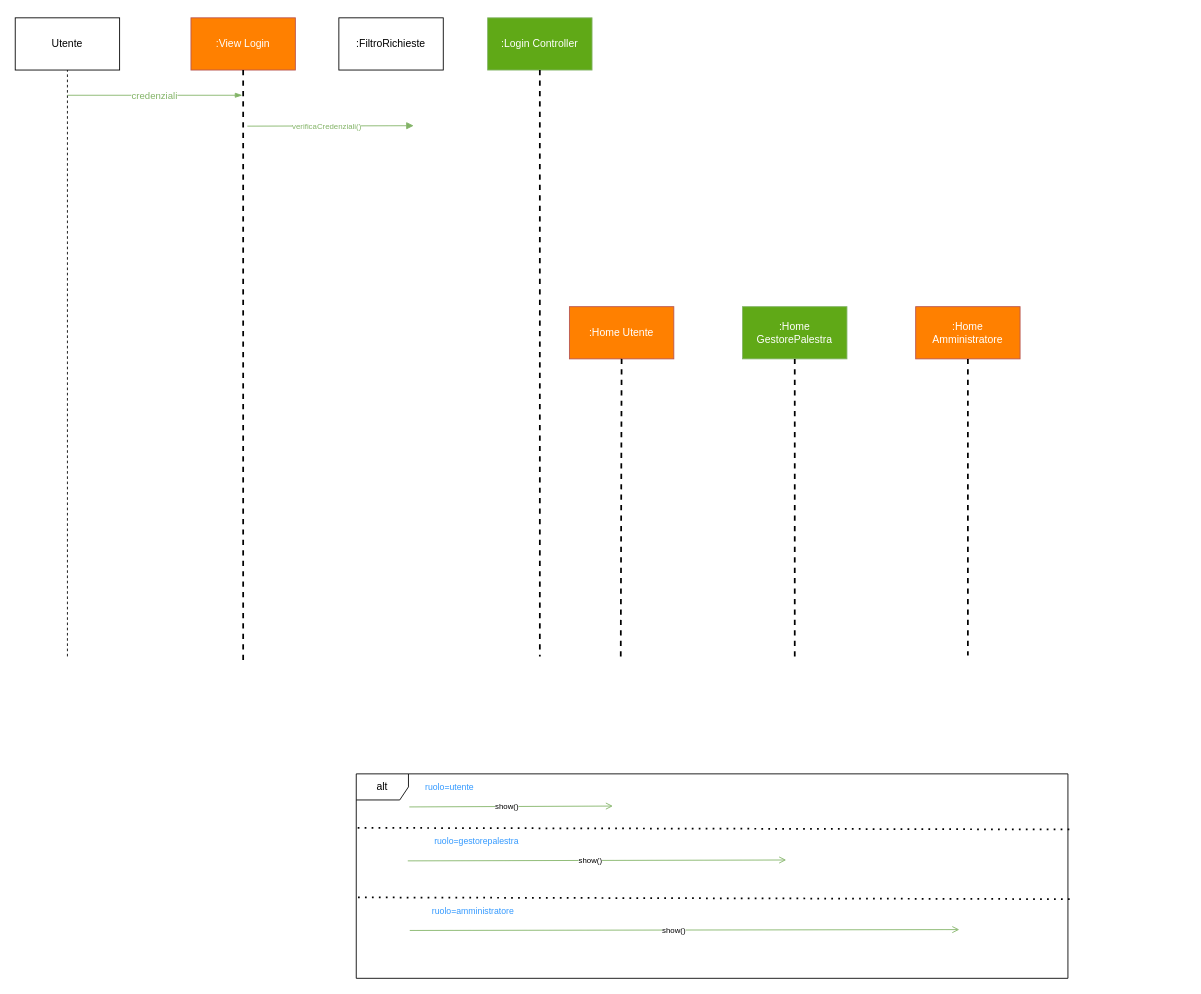
This is Diagrammi_Sequenza/Login.drawio from JosephBoom02/Progetto_Ingegneria_del_Software, a draw.io file, before an edit. Source tidied: cells renumbered, new cells numbered last; positions are measured from the earlier drawing's top-left corner, leaving out a move shared by most shapes. Both pictures are drawn from the tidied source at 87%, with x=0, y=0 at pixel (15, 17).
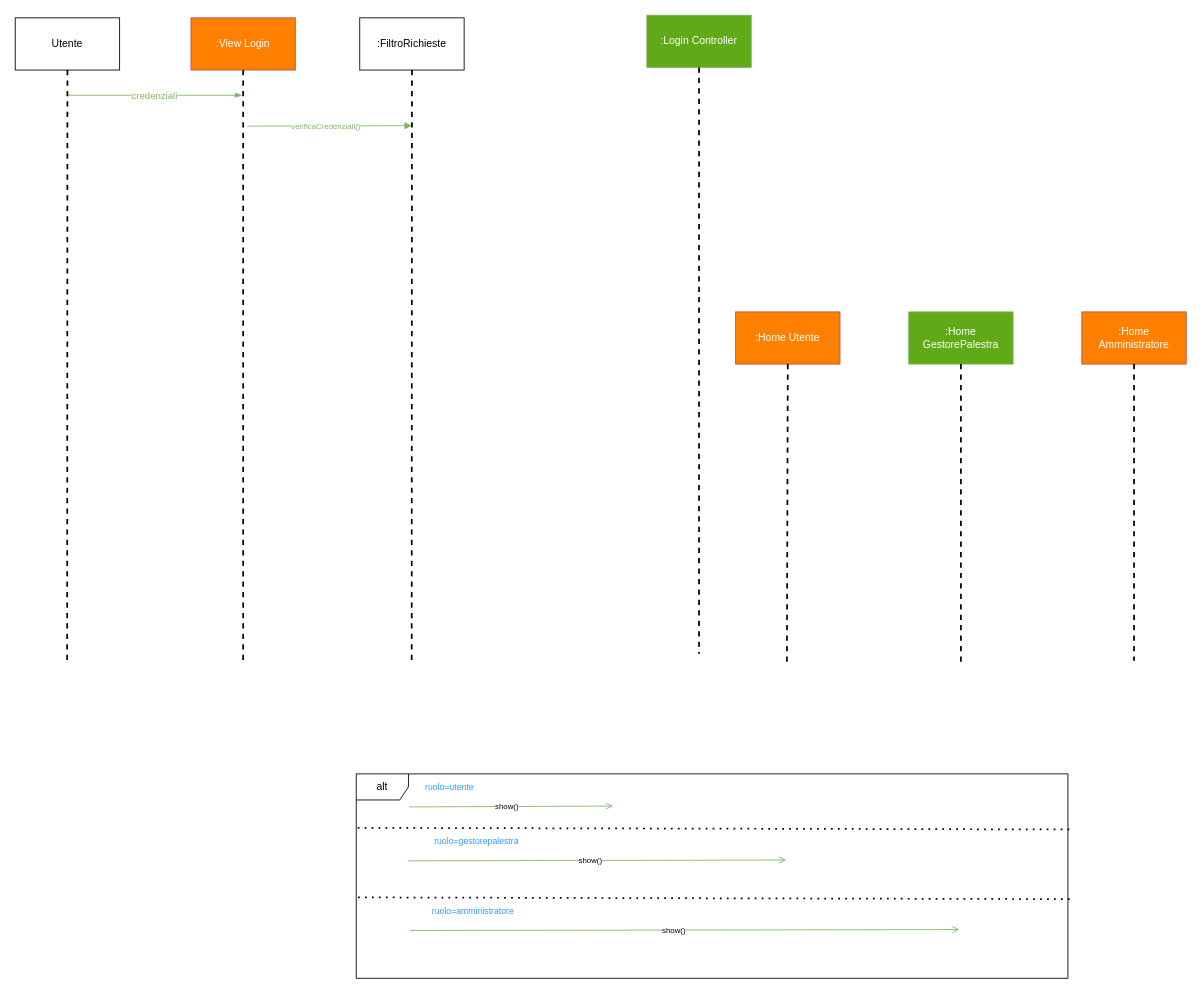
The same page after the edit.

The change refers to these unchanged cells:
```xml
<mxCell id="26" value="&lt;div&gt;Utente&lt;/div&gt;" style="rounded=0;whiteSpace=wrap;html=1;" parent="1" vertex="1">
  <mxGeometry width="120" height="60" as="geometry" />
</mxCell>
```

What changed in the source:
```diff
@@
     <mxCell id="3" value="&lt;font color=&quot;#ffffff&quot;&gt;:Login Controller&lt;/font&gt;" style="rounded=0;whiteSpace=wrap;html=1;fillColor=#60A917;strokeColor=#82b366;" parent="1" vertex="1">
-      <mxGeometry x="543" width="120" height="60" as="geometry" />
+      <mxGeometry x="726" y="-3" width="120" height="60" as="geometry" />
     </mxCell>
@@
     <mxCell id="5" style="endArrow=none;dashed=1;html=1;strokeWidth=2;rounded=0;" parent="1" edge="1" source="3">
       <mxGeometry relative="1" as="geometry">
-        <mxPoint x="603" y="734" as="targetPoint" />
+        <mxPoint x="786" y="731" as="targetPoint" />
       </mxGeometry>
     </mxCell>
     <mxCell id="6" style="endArrow=block;html=1;rounded=0;fillColor=#d5e8d4;strokeColor=#82b366;endFill=1;exitX=0.126;exitY=0.067;exitDx=0;exitDy=0;exitPerimeter=0;" parent="1" edge="1">
       <mxGeometry relative="1" as="geometry">
         <mxPoint x="266.8" y="124.5" as="sourcePoint" />
-        <mxPoint x="458" y="124" as="targetPoint" />
+        <mxPoint x="456" y="124" as="targetPoint" />
       </mxGeometry>
     </mxCell>
@@
     <mxCell id="8" value="&lt;font color=&quot;#ffffff&quot;&gt;:Home Utente&lt;/font&gt;" style="rounded=0;whiteSpace=wrap;html=1;fillColor=#FF8000;strokeColor=#b85450;" parent="1" vertex="1">
-      <mxGeometry x="637" y="332" width="120" height="60" as="geometry" />
+      <mxGeometry x="828" y="338" width="120" height="60" as="geometry" />
     </mxCell>
     <mxCell id="9" value="&lt;div&gt;&lt;font color=&quot;#ffffff&quot;&gt;:Home&lt;/font&gt;&lt;/div&gt;&lt;div&gt;&lt;font color=&quot;#ffffff&quot;&gt;GestorePalestra&lt;br&gt;&lt;/font&gt;&lt;/div&gt;" style="rounded=0;whiteSpace=wrap;html=1;fillColor=#60A917;strokeColor=#82b366;" parent="1" vertex="1">
-      <mxGeometry x="836" y="332" width="120" height="60" as="geometry" />
+      <mxGeometry x="1027" y="338" width="120" height="60" as="geometry" />
     </mxCell>
     <mxCell id="10" style="endArrow=none;dashed=1;html=1;strokeWidth=2;rounded=0;exitX=0.5;exitY=1;exitDx=0;exitDy=0;" parent="1" edge="1" source="8">
       <mxGeometry relative="1" as="geometry">
-        <mxPoint x="696" y="736" as="targetPoint" />
+        <mxPoint x="887" y="742" as="targetPoint" />
       </mxGeometry>
     </mxCell>
     <mxCell id="11" style="endArrow=none;dashed=1;html=1;strokeWidth=2;rounded=0;exitX=0.5;exitY=1;exitDx=0;exitDy=0;" parent="1" edge="1" source="9">
       <mxGeometry relative="1" as="geometry">
-        <mxPoint x="896" y="735" as="targetPoint" />
+        <mxPoint x="1087" y="741" as="targetPoint" />
       </mxGeometry>
     </mxCell>
     <mxCell id="12" value="&lt;font color=&quot;#ffffff&quot;&gt;:Home Amministratore&lt;/font&gt;" style="rounded=0;whiteSpace=wrap;html=1;fillColor=#FF8000;strokeColor=#b85450;" parent="1" vertex="1">
-      <mxGeometry x="1035" y="332" width="120" height="60" as="geometry" />
+      <mxGeometry x="1226" y="338" width="120" height="60" as="geometry" />
     </mxCell>
     <mxCell id="13" style="endArrow=none;dashed=1;html=1;strokeWidth=2;rounded=0;exitX=0.5;exitY=1;exitDx=0;exitDy=0;" parent="1" edge="1" source="12">
       <mxGeometry relative="1" as="geometry">
-        <mxPoint x="1095" y="733" as="targetPoint" />
+        <mxPoint x="1286" y="739" as="targetPoint" />
       </mxGeometry>
     </mxCell>
@@
-    <mxCell id="27" style="endArrow=none;dashed=1;html=1;rounded=0;entryX=0.5;entryY=1;entryDx=0;entryDy=0;" parent="1" edge="1" target="26">
-      <mxGeometry relative="1" as="geometry">
-        <mxPoint x="60" y="734" as="sourcePoint" />
-      </mxGeometry>
-    </mxCell>
@@
     <mxCell id="30" value="&lt;div&gt;:FiltroRichieste&lt;/div&gt;" style="rounded=0;whiteSpace=wrap;html=1;" parent="1" vertex="1">
-      <mxGeometry x="372" width="120" height="60" as="geometry" />
+      <mxGeometry x="396" width="120" height="60" as="geometry" />
     </mxCell>
+    <mxCell id="31" style="endArrow=none;dashed=1;html=1;strokeWidth=2;rounded=0;exitX=0.5;exitY=1;exitDx=0;exitDy=0;" parent="1" edge="1" source="26">
+      <mxGeometry relative="1" as="geometry">
+        <mxPoint x="59.7" y="739" as="targetPoint" />
+      </mxGeometry>
+    </mxCell>
+    <mxCell id="32" style="endArrow=none;dashed=1;html=1;strokeWidth=2;rounded=0;exitX=0.5;exitY=1;exitDx=0;exitDy=0;" parent="1" edge="1" source="30">
+      <mxGeometry relative="1" as="geometry">
+        <mxPoint x="455.7" y="744" as="targetPoint" />
+      </mxGeometry>
+    </mxCell>
```
